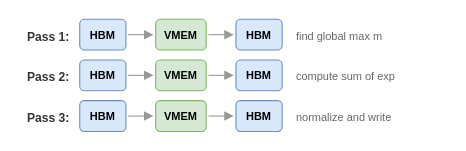
The draw.io diagram images/splash-attention-puzzle2.drawio in vorushin/pallas_puzzles, before the edit. Source tidied: cells renumbered, new cells numbered last; positions are measured from the earlier drawing's top-left corner, leaving out a move shared by most shapes. Both pictures are drawn from the tidied source at 110%, with x=0, y=0 at pixel (19, 19).
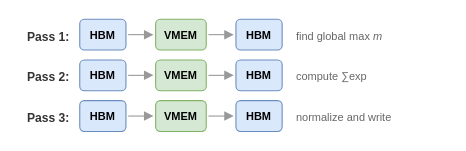
After the change.

What changed in the source:
```diff
@@
-    <mxCell id="8" value="find global max m" style="text;fontSize=10;fontColor=#666666;align=left;" parent="1" vertex="1">
+    <mxCell id="8" value="find global max &lt;i&gt;m&lt;/i&gt;" style="text;fontSize=10;fontColor=#666666;align=left;html=1;" parent="1" vertex="1">
       <mxGeometry x="250" y="3" width="140" height="24" as="geometry" />
     </mxCell>
@@
-    <mxCell id="15" value="compute sum of exp" style="text;fontSize=10;fontColor=#666666;align=left;" parent="1" vertex="1">
+    <mxCell id="15" value="compute &amp;sum;exp" style="text;fontSize=10;fontColor=#666666;align=left;html=1;" parent="1" vertex="1">
       <mxGeometry x="250" y="40" width="140" height="24" as="geometry" />
     </mxCell>
```
